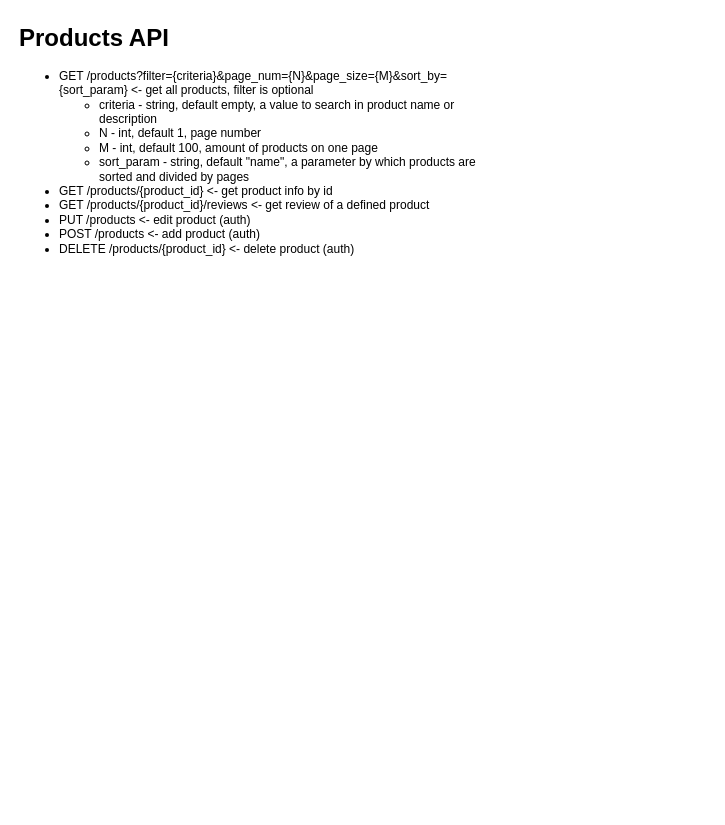
Before: Products API.drawio in ArtemUgrimov/products_api, a draw.io diagram. Source tidied: cells renumbered, new cells numbered last; positions are measured from the earlier drawing's top-left corner, leaving out a move shared by most shapes. Both pictures are drawn from the tidied source at 100%, with x=0, y=0 at pixel (17, 17).
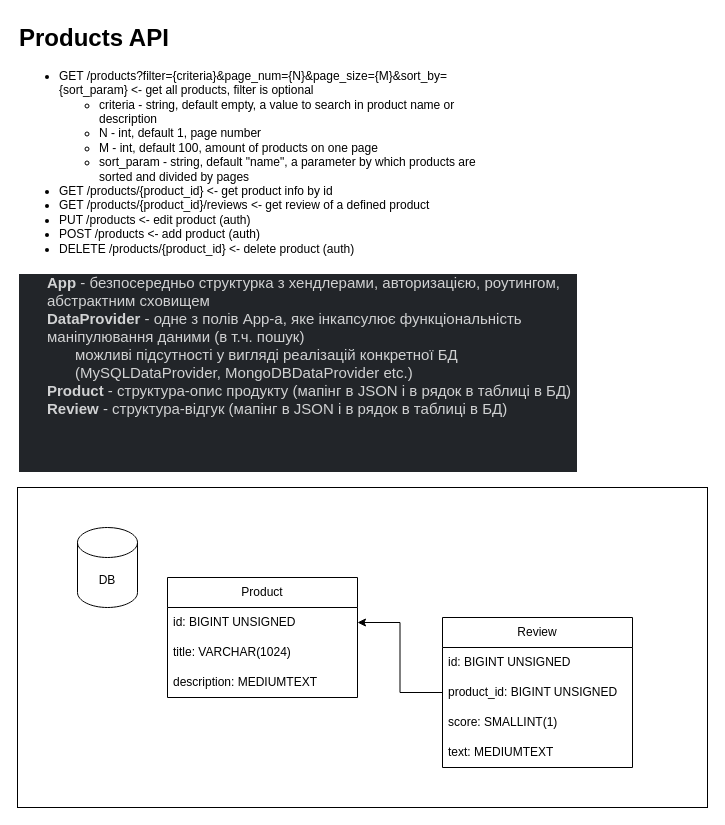
After the change.

The edit, as a diff of the source:
```diff
@@
 <mxGraphModel>
   <root>
     <mxCell id="0" />
     <mxCell id="1" parent="0" />
     <mxCell id="2" value="&lt;h1 style=&quot;margin-top: 0px;&quot;&gt;Products API&lt;br&gt;&lt;/h1&gt;&lt;ul&gt;&lt;li&gt;GET /products?filter={criteria}&amp;amp;page_num={N}&amp;amp;page_size={M}&amp;amp;sort_by={sort_param} &amp;lt;- get all products, filter is optional&lt;/li&gt;&lt;ul&gt;&lt;li&gt;criteria - string, default empty, a value to search in product name or description&lt;/li&gt;&lt;li&gt;N - int, default 1, page number&lt;/li&gt;&lt;li&gt;M - int, default 100, amount of products on one page&lt;/li&gt;&lt;li&gt;sort_param - string, default &quot;name&quot;, a parameter by which products are sorted and divided by pages&lt;br&gt;&lt;/li&gt;&lt;/ul&gt;&lt;li&gt;GET /products/{product_id} &amp;lt;- get product info by id&lt;/li&gt;&lt;li&gt;GET /products/{product_id}/reviews &amp;lt;- get review of a defined product&lt;/li&gt;&lt;li&gt;PUT /products &amp;lt;- edit product (auth)&lt;/li&gt;&lt;li&gt;POST /products &amp;lt;- add product (auth)&lt;br&gt;&lt;/li&gt;&lt;li&gt;DELETE /products/{product_id} &amp;lt;- delete product (auth)&lt;br&gt;&lt;/li&gt;&lt;/ul&gt;" style="text;html=1;whiteSpace=wrap;overflow=hidden;rounded=0;" parent="1" vertex="1">
-      <mxGeometry width="470" height="290" as="geometry" />
+      <mxGeometry width="470" height="240" as="geometry" />
     </mxCell>
+    <mxCell id="3" value="&lt;ul class=&quot;p-rich_text_list p-rich_text_list__bullet&quot; style=&quot;box-sizing: inherit; margin: 0px; padding: 0px; list-style-type: none; color: rgb(209, 210, 211); font-family: Slack-Lato, Slack-Fractions, appleLogo, sans-serif; font-size: 15px; font-style: normal; font-variant-ligatures: common-ligatures; font-variant-caps: normal; font-weight: 400; letter-spacing: normal; orphans: 2; text-align: left; text-indent: 0px; text-transform: none; widows: 2; word-spacing: 0px; -webkit-text-stroke-width: 0px; white-space: normal; background-color: rgb(34, 37, 41); text-decoration-thickness: initial; text-decoration-style: initial; text-decoration-color: initial;&quot;&gt;&lt;li style=&quot;box-sizing: inherit; margin-bottom: 0px; margin-left: 28px; list-style-type: none;&quot;&gt;&lt;b style=&quot;box-sizing: inherit;&quot;&gt;App&lt;/b&gt;&lt;span&gt;&amp;nbsp;&lt;/span&gt;- безпосередньо структурка з хендлерами, авторизацією, роутингом, абстрактним сховищем&lt;/li&gt;&lt;li style=&quot;box-sizing: inherit; margin-bottom: 0px; margin-left: 28px; list-style-type: none;&quot;&gt;&lt;b style=&quot;box-sizing: inherit;&quot;&gt;DataProvider&lt;/b&gt;&lt;span&gt;&amp;nbsp;&lt;/span&gt;- одне з полів App-a, яке інкапсулює функціональність маніпулювання даними (в т.ч. пошук)&lt;/li&gt;&lt;/ul&gt;&lt;ul class=&quot;p-rich_text_list p-rich_text_list__bullet&quot; style=&quot;box-sizing: inherit; margin: 0px; padding: 0px; list-style-type: none; color: rgb(209, 210, 211); font-family: Slack-Lato, Slack-Fractions, appleLogo, sans-serif; font-size: 15px; font-style: normal; font-variant-ligatures: common-ligatures; font-variant-caps: normal; font-weight: 400; letter-spacing: normal; orphans: 2; text-align: left; text-indent: 0px; text-transform: none; widows: 2; word-spacing: 0px; -webkit-text-stroke-width: 0px; white-space: normal; background-color: rgb(34, 37, 41); text-decoration-thickness: initial; text-decoration-style: initial; text-decoration-color: initial;&quot;&gt;&lt;li style=&quot;box-sizing: inherit; margin-bottom: 0px; margin-left: 56px; list-style-type: none;&quot;&gt;можливі підсутності у вигляді реалізацій конкретної БД (MySQLDataProvider, MongoDBDataProvider etc.)&lt;/li&gt;&lt;/ul&gt;&lt;ul class=&quot;p-rich_text_list p-rich_text_list__bullet&quot; style=&quot;box-sizing: inherit; margin: 0px; padding: 0px; list-style-type: none; color: rgb(209, 210, 211); font-family: Slack-Lato, Slack-Fractions, appleLogo, sans-serif; font-size: 15px; font-style: normal; font-variant-ligatures: common-ligatures; font-variant-caps: normal; font-weight: 400; letter-spacing: normal; orphans: 2; text-align: left; text-indent: 0px; text-transform: none; widows: 2; word-spacing: 0px; -webkit-text-stroke-width: 0px; white-space: normal; background-color: rgb(34, 37, 41); text-decoration-thickness: initial; text-decoration-style: initial; text-decoration-color: initial;&quot;&gt;&lt;li style=&quot;box-sizing: inherit; margin-bottom: 0px; margin-left: 28px; list-style-type: none;&quot;&gt;&lt;b style=&quot;box-sizing: inherit;&quot;&gt;Product&lt;/b&gt;&lt;span&gt;&amp;nbsp;&lt;/span&gt;- структура-опис продукту (мапінг в JSON і в рядок в таблиці в БД)&lt;/li&gt;&lt;li style=&quot;box-sizing: inherit; margin-bottom: 0px; margin-left: 28px; list-style-type: none;&quot;&gt;&lt;b style=&quot;box-sizing: inherit;&quot;&gt;Review&lt;span&gt;&amp;nbsp;&lt;/span&gt;&lt;/b&gt;- структура-відгук (мапінг в JSON і в рядок в таблиці в БД)&lt;/li&gt;&lt;/ul&gt;&lt;div class=&quot;p-rich_text_section&quot; style=&quot;box-sizing: inherit; counter-reset: list-0 0 list-1 0 list-2 0 list-3 0 list-4 0 list-5 0 list-6 0 list-7 0 list-8 0 list-9 0; color: rgb(209, 210, 211); font-family: Slack-Lato, Slack-Fractions, appleLogo, sans-serif; font-size: 15px; font-style: normal; font-variant-ligatures: common-ligatures; font-variant-caps: normal; font-weight: 400; letter-spacing: normal; orphans: 2; text-align: left; text-indent: 0px; text-transform: none; widows: 2; word-spacing: 0px; -webkit-text-stroke-width: 0px; white-space: normal; background-color: rgb(34, 37, 41); text-decoration-thickness: initial; text-decoration-style: initial; text-decoration-color: initial;&quot;&gt;&lt;br class=&quot;Apple-interchange-newline&quot;&gt;&#10;&#10;&lt;/div&gt;" style="text;whiteSpace=wrap;html=1;" parent="1" vertex="1">
+      <mxGeometry y="250" width="560" height="240" as="geometry" />
+    </mxCell>
+    <mxCell id="4" style="rounded=0;whiteSpace=wrap;html=1;fillColor=none;" parent="1" vertex="1">
+      <mxGeometry y="470" width="690" height="320" as="geometry" />
+    </mxCell>
+    <mxCell id="5" value="DB" style="shape=cylinder3;whiteSpace=wrap;html=1;boundedLbl=1;backgroundOutline=1;size=15;" parent="1" vertex="1">
+      <mxGeometry x="60" y="510" width="60" height="80" as="geometry" />
+    </mxCell>
+    <mxCell id="6" value="Product" style="swimlane;fontStyle=0;horizontal=1;startSize=30;whiteSpace=wrap;html=1;" parent="1" vertex="1">
+      <mxGeometry x="150" y="560" width="190" height="120" as="geometry" />
+    </mxCell>
+    <mxCell id="7" value="id: BIGINT UNSIGNED" style="text;strokeColor=none;fillColor=none;align=left;verticalAlign=middle;spacingLeft=4;spacingRight=4;overflow=hidden;points=[[0,0.5],[1,0.5]];portConstraint=eastwest;whiteSpace=wrap;html=1;" parent="6" vertex="1">
+      <mxGeometry y="30" width="190" height="30" as="geometry" />
+    </mxCell>
+    <mxCell id="8" value="title: VARCHAR(1024)" style="text;strokeColor=none;fillColor=none;align=left;verticalAlign=middle;spacingLeft=4;spacingRight=4;overflow=hidden;whiteSpace=wrap;html=1;" parent="6" vertex="1">
+      <mxGeometry y="60" width="190" height="30" as="geometry" />
+    </mxCell>
+    <mxCell id="9" value="description: MEDIUMTEXT" style="text;strokeColor=none;fillColor=none;align=left;verticalAlign=middle;spacingLeft=4;spacingRight=4;overflow=hidden;whiteSpace=wrap;html=1;" parent="6" vertex="1">
+      <mxGeometry y="90" width="190" height="30" as="geometry" />
+    </mxCell>
+    <mxCell id="10" value="Review" style="swimlane;fontStyle=0;horizontal=1;startSize=30;whiteSpace=wrap;html=1;" parent="1" vertex="1">
+      <mxGeometry x="425" y="600" width="190" height="150" as="geometry" />
+    </mxCell>
+    <mxCell id="11" value="id: BIGINT UNSIGNED" style="text;strokeColor=none;fillColor=none;align=left;verticalAlign=middle;spacingLeft=4;spacingRight=4;overflow=hidden;whiteSpace=wrap;html=1;" parent="10" vertex="1">
+      <mxGeometry y="30" width="190" height="30" as="geometry" />
+    </mxCell>
+    <mxCell id="12" value="product_id: BIGINT UNSIGNED" style="text;strokeColor=none;fillColor=none;align=left;verticalAlign=middle;spacingLeft=4;spacingRight=4;overflow=hidden;points=[[0,0.5],[1,0.5]];portConstraint=eastwest;whiteSpace=wrap;html=1;" parent="10" vertex="1">
+      <mxGeometry y="60" width="190" height="30" as="geometry" />
+    </mxCell>
+    <mxCell id="13" value="score: SMALLINT(1)" style="text;strokeColor=none;fillColor=none;align=left;verticalAlign=middle;spacingLeft=4;spacingRight=4;overflow=hidden;whiteSpace=wrap;html=1;" parent="10" vertex="1">
+      <mxGeometry y="90" width="190" height="30" as="geometry" />
+    </mxCell>
+    <mxCell id="14" value="text: MEDIUMTEXT" style="text;strokeColor=none;fillColor=none;align=left;verticalAlign=middle;spacingLeft=4;spacingRight=4;overflow=hidden;whiteSpace=wrap;html=1;" parent="10" vertex="1">
+      <mxGeometry y="120" width="190" height="30" as="geometry" />
+    </mxCell>
+    <mxCell id="15" style="edgeStyle=orthogonalEdgeStyle;rounded=0;jettySize=auto;html=1;exitX=0;exitY=0.5;exitDx=0;exitDy=0;entryX=1;entryY=0.5;entryDx=0;entryDy=0;" parent="1" edge="1" source="12" target="7">
+      <mxGeometry relative="1" as="geometry" />
+    </mxCell>
   </root>
 </mxGraphModel>
```
